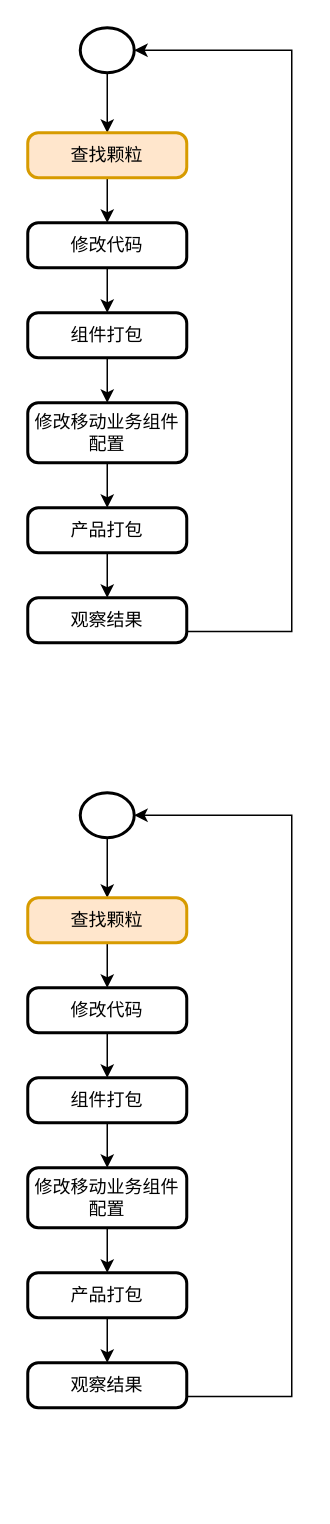
Before: page "第 7 页" (7 of 9) of assembly-factory.drawio in kwhitestone/drawio, a draw.io diagram. Source tidied: cells renumbered, new cells numbered last; positions are measured from the earlier drawing's top-left corner, leaving out a move shared by most shapes. Both pictures are drawn from the tidied source at 150%, with x=0, y=0 at pixel (27, 27).
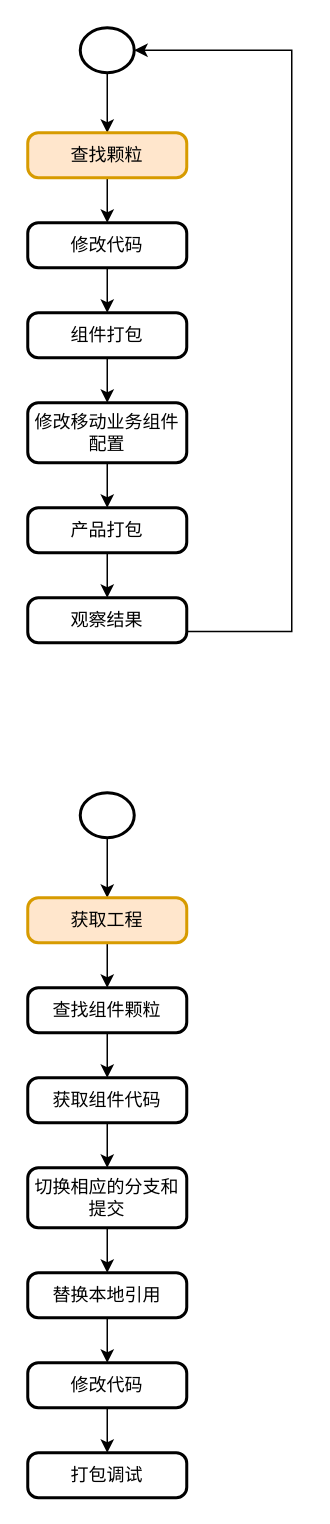
The same diagram, later.

Unchanged cells that the change refers to:
```xml
<mxCell id="17" style="strokeWidth=2;html=1;shape=mxgraph.flowchart.start_2;whiteSpace=wrap;" parent="1" vertex="1">
  <mxGeometry x="35" y="510" width="36" height="30" as="geometry" />
</mxCell>
```

What changed in the source:
```diff
@@
-    <mxCell id="19" value="修改代码" style="rounded=1;whiteSpace=wrap;html=1;absoluteArcSize=1;arcSize=14;strokeWidth=2;" parent="1" vertex="1">
+    <mxCell id="19" value="查找组件颗粒" style="rounded=1;whiteSpace=wrap;html=1;absoluteArcSize=1;arcSize=14;strokeWidth=2;" parent="1" vertex="1">
       <mxGeometry y="640" width="106" height="30" as="geometry" />
     </mxCell>
@@
-    <mxCell id="21" value="组件打包" style="rounded=1;whiteSpace=wrap;html=1;absoluteArcSize=1;arcSize=14;strokeWidth=2;" parent="1" vertex="1">
+    <mxCell id="21" value="获取组件代码" style="rounded=1;whiteSpace=wrap;html=1;absoluteArcSize=1;arcSize=14;strokeWidth=2;" parent="1" vertex="1">
       <mxGeometry y="700" width="106" height="30" as="geometry" />
     </mxCell>
@@
-    <mxCell id="23" value="修改移动业务组件配置" style="rounded=1;whiteSpace=wrap;html=1;absoluteArcSize=1;arcSize=14;strokeWidth=2;" parent="1" vertex="1">
+    <mxCell id="23" value="切换相应的分支和提交" style="rounded=1;whiteSpace=wrap;html=1;absoluteArcSize=1;arcSize=14;strokeWidth=2;" parent="1" vertex="1">
       <mxGeometry y="760" width="106" height="40" as="geometry" />
     </mxCell>
@@
-    <mxCell id="25" value="产品打包" style="rounded=1;whiteSpace=wrap;html=1;absoluteArcSize=1;arcSize=14;strokeWidth=2;" parent="1" vertex="1">
+    <mxCell id="25" value="替换本地引用" style="rounded=1;whiteSpace=wrap;html=1;absoluteArcSize=1;arcSize=14;strokeWidth=2;" parent="1" vertex="1">
       <mxGeometry y="830" width="106" height="30" as="geometry" />
     </mxCell>
-    <mxCell id="26" style="edgeStyle=orthogonalEdgeStyle;rounded=0;jettySize=auto;html=1;entryX=1;entryY=0.5;entryDx=0;entryDy=0;entryPerimeter=0;exitX=1;exitY=0.75;exitDx=0;exitDy=0;" parent="1" edge="1" source="27" target="17">
-      <mxGeometry relative="1" as="geometry">
-        <Array as="points">
-          <mxPoint x="176" y="912" />
-          <mxPoint x="176" y="525" />
-        </Array>
-      </mxGeometry>
-    </mxCell>
+    <mxCell id="30" style="edgeStyle=orthogonalEdgeStyle;rounded=0;jettySize=auto;html=1;" parent="1" edge="1" source="27" target="31">
+      <mxGeometry relative="1" as="geometry" />
+    </mxCell>
-    <mxCell id="27" value="观察结果" style="rounded=1;whiteSpace=wrap;html=1;absoluteArcSize=1;arcSize=14;strokeWidth=2;" parent="1" vertex="1">
+    <mxCell id="27" value="修改代码" style="rounded=1;whiteSpace=wrap;html=1;absoluteArcSize=1;arcSize=14;strokeWidth=2;" parent="1" vertex="1">
       <mxGeometry y="890" width="106" height="30" as="geometry" />
     </mxCell>
@@
-    <mxCell id="29" value="查找颗粒" style="rounded=1;whiteSpace=wrap;html=1;absoluteArcSize=1;arcSize=14;strokeWidth=2;fillColor=#ffe6cc;strokeColor=#d79b00;" parent="1" vertex="1">
+    <mxCell id="29" value="获取工程" style="rounded=1;whiteSpace=wrap;html=1;absoluteArcSize=1;arcSize=14;strokeWidth=2;fillColor=#ffe6cc;strokeColor=#d79b00;" parent="1" vertex="1">
       <mxGeometry y="580" width="106" height="30" as="geometry" />
     </mxCell>
+    <mxCell id="31" value="打包调试" style="rounded=1;whiteSpace=wrap;html=1;absoluteArcSize=1;arcSize=14;strokeWidth=2;" parent="1" vertex="1">
+      <mxGeometry y="950" width="106" height="30" as="geometry" />
+    </mxCell>
```
